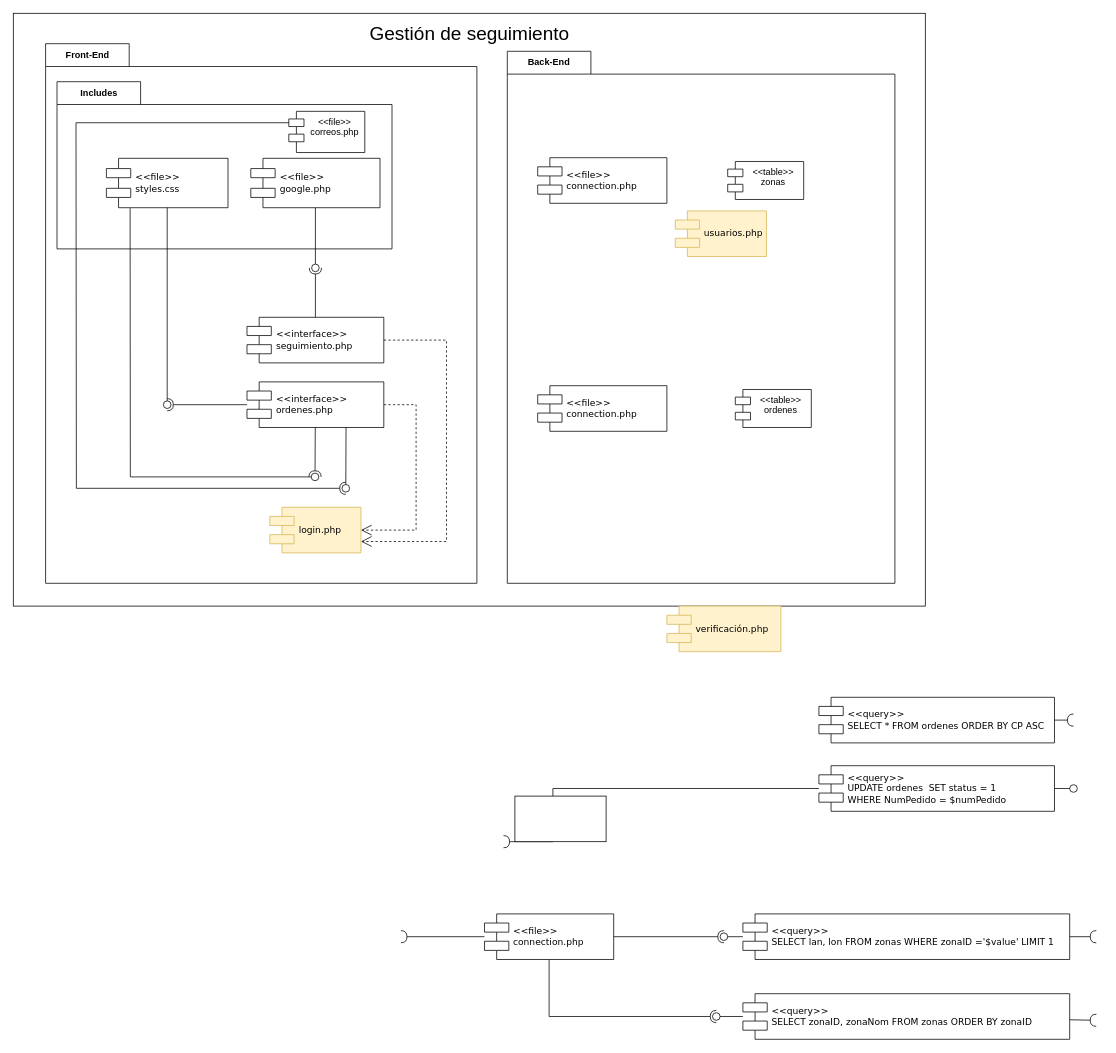
Above: Diagramas/DiagramaComponentes.drawio in JorgeADnro/Torres (draw.io), before the change. Source tidied: cells renumbered, new cells numbered last; positions are measured from the earlier drawing's top-left corner, leaving out a move shared by most shapes. Both pictures are drawn from the tidied source at 76%, with x=0, y=0 at pixel (13, 13).
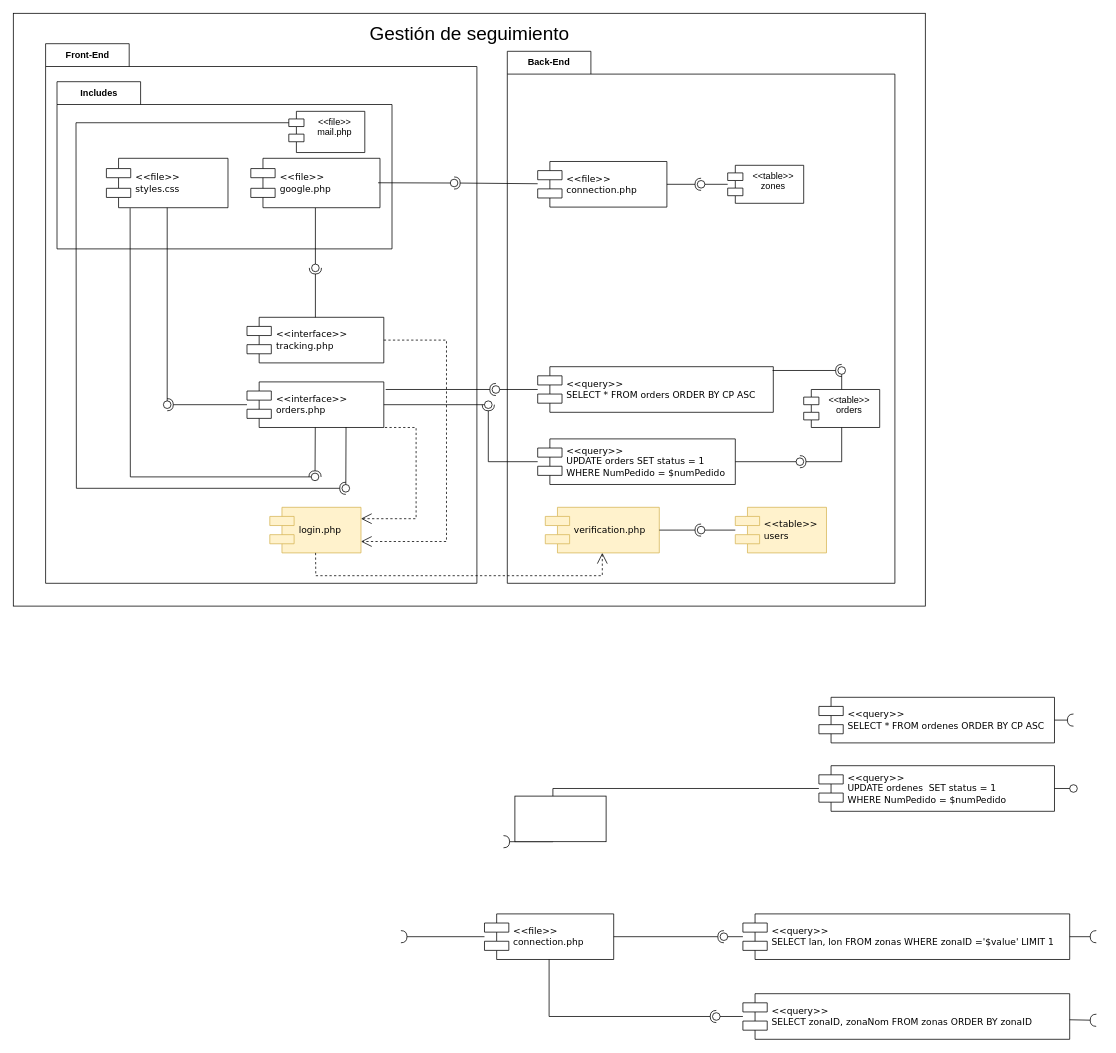
The same diagram, later.

The change refers to these unchanged cells:
```xml
<mxCell id="54" value="Back-End" style="shape=folder;fontStyle=1;tabWidth=110;tabHeight=30;tabPosition=left;html=1;boundedLbl=1;labelInHeader=1;whiteSpace=wrap;" parent="1" vertex="1">
  <mxGeometry x="650" y="50" width="510" height="700" as="geometry" />
</mxCell>
<mxCell id="62" value="login.php" style="shape=component;align=left;spacingLeft=36;rounded=0;shadow=0;comic=0;labelBackgroundColor=none;strokeWidth=1;fontFamily=Verdana;fontSize=12;html=1;fillColor=#fff2cc;strokeColor=#d6b656;" parent="1" vertex="1">
  <mxGeometry x="337.5" y="650" width="120" height="60" as="geometry" />
</mxCell>
```

Diff of the diagram source:
```diff
@@
-    <mxCell id="38" value="&amp;lt;&amp;lt;interface&amp;gt;&amp;gt;&lt;br&gt;ordenes.php" style="shape=component;align=left;spacingLeft=36;rounded=0;shadow=0;comic=0;labelBackgroundColor=none;strokeWidth=1;fontFamily=Verdana;fontSize=12;html=1;" parent="1" vertex="1">
+    <mxCell id="38" value="&amp;lt;&amp;lt;interface&amp;gt;&amp;gt;&lt;br&gt;orders.php" style="shape=component;align=left;spacingLeft=36;rounded=0;shadow=0;comic=0;labelBackgroundColor=none;strokeWidth=1;fontFamily=Verdana;fontSize=12;html=1;" parent="1" vertex="1">
       <mxGeometry x="307.5" y="485" width="180" height="60" as="geometry" />
     </mxCell>
@@
-    <mxCell id="40" value="&amp;lt;&amp;lt;interface&amp;gt;&amp;gt;&lt;br&gt;seguimiento.php" style="shape=component;align=left;spacingLeft=36;rounded=0;shadow=0;comic=0;labelBackgroundColor=none;strokeWidth=1;fontFamily=Verdana;fontSize=12;html=1;" parent="1" vertex="1">
+    <mxCell id="40" value="&amp;lt;&amp;lt;interface&amp;gt;&amp;gt;&lt;br&gt;tracking.php" style="shape=component;align=left;spacingLeft=36;rounded=0;shadow=0;comic=0;labelBackgroundColor=none;strokeWidth=1;fontFamily=Verdana;fontSize=12;html=1;" parent="1" vertex="1">
       <mxGeometry x="307.5" y="400" width="180" height="60" as="geometry" />
     </mxCell>
@@
-    <mxCell id="52" value="&amp;lt;&amp;lt;file&amp;gt;&amp;gt;&lt;br&gt;correos.php" style="shape=module;align=left;spacingLeft=20;align=center;verticalAlign=top;whiteSpace=wrap;html=1;" parent="1" vertex="1">
+    <mxCell id="52" value="&amp;lt;&amp;lt;file&amp;gt;&amp;gt;&lt;br&gt;mail.php" style="shape=module;align=left;spacingLeft=20;align=center;verticalAlign=top;whiteSpace=wrap;html=1;" parent="1" vertex="1">
       <mxGeometry x="362.5" y="129" width="100" height="54.2" as="geometry" />
     </mxCell>
@@
     <mxCell id="56" value="&amp;lt;&amp;lt;file&amp;gt;&amp;gt;&lt;br&gt;connection.php" style="shape=component;align=left;spacingLeft=36;rounded=0;shadow=0;comic=0;labelBackgroundColor=none;strokeWidth=1;fontFamily=Verdana;fontSize=12;html=1;" parent="54" vertex="1">
-      <mxGeometry x="40" y="140" width="170" height="60" as="geometry" />
+      <mxGeometry x="40" y="145" width="170" height="60" as="geometry" />
     </mxCell>
-    <mxCell id="57" value="&amp;lt;&amp;lt;table&amp;gt;&amp;gt;&lt;br&gt;ordenes&lt;br&gt;" style="shape=module;align=left;spacingLeft=20;align=center;verticalAlign=top;whiteSpace=wrap;html=1;" parent="54" vertex="1">
-      <mxGeometry x="300" y="445" width="100" height="50" as="geometry" />
+    <mxCell id="57" value="&amp;lt;&amp;lt;table&amp;gt;&amp;gt;&lt;br&gt;orders" style="shape=module;align=left;spacingLeft=20;align=center;verticalAlign=top;whiteSpace=wrap;html=1;" parent="54" vertex="1">
+      <mxGeometry x="390" y="445" width="100" height="50" as="geometry" />
     </mxCell>
-    <mxCell id="58" value="&amp;lt;&amp;lt;table&amp;gt;&amp;gt;&lt;br&gt;zonas" style="shape=module;align=left;spacingLeft=20;align=center;verticalAlign=top;whiteSpace=wrap;html=1;" parent="54" vertex="1">
-      <mxGeometry x="290" y="145" width="100" height="50" as="geometry" />
+    <mxCell id="58" value="&amp;lt;&amp;lt;table&amp;gt;&amp;gt;&lt;br&gt;zones" style="shape=module;align=left;spacingLeft=20;align=center;verticalAlign=top;whiteSpace=wrap;html=1;" parent="54" vertex="1">
+      <mxGeometry x="290" y="150" width="100" height="50" as="geometry" />
     </mxCell>
-    <mxCell id="59" value="&amp;lt;&amp;lt;file&amp;gt;&amp;gt;&lt;br&gt;connection.php" style="shape=component;align=left;spacingLeft=36;rounded=0;shadow=0;comic=0;labelBackgroundColor=none;strokeWidth=1;fontFamily=Verdana;fontSize=12;html=1;" parent="54" vertex="1">
-      <mxGeometry x="40" y="440" width="170" height="60" as="geometry" />
+    <mxCell id="59" value="&amp;lt;&amp;lt;query&amp;gt;&amp;gt;&lt;br&gt;SELECT * FROM orders ORDER BY CP ASC" style="shape=component;align=left;spacingLeft=36;rounded=0;shadow=0;comic=0;labelBackgroundColor=none;strokeWidth=1;fontFamily=Verdana;fontSize=12;html=1;" parent="54" vertex="1">
+      <mxGeometry x="40" y="415" width="310" height="60" as="geometry" />
     </mxCell>
+    <mxCell id="63" value="verification.php" style="shape=component;align=left;spacingLeft=36;rounded=0;shadow=0;comic=0;labelBackgroundColor=none;strokeWidth=1;fontFamily=Verdana;fontSize=12;html=1;fillColor=#fff2cc;strokeColor=#d6b656;" parent="54" vertex="1">
+      <mxGeometry x="50" y="600" width="150" height="60" as="geometry" />
+    </mxCell>
+    <mxCell id="64" value="&amp;lt;&amp;lt;table&amp;gt;&amp;gt;&lt;br&gt;users" style="shape=component;align=left;spacingLeft=36;rounded=0;shadow=0;comic=0;labelBackgroundColor=none;strokeWidth=1;fontFamily=Verdana;fontSize=12;html=1;fillColor=#fff2cc;strokeColor=#d6b656;" parent="54" vertex="1">
+      <mxGeometry x="300" y="600" width="120" height="60" as="geometry" />
+    </mxCell>
+    <mxCell id="67" style="rounded=0;jettySize=auto;html=1;endArrow=halfCircle;endFill=0;endSize=6;strokeWidth=1;sketch=0;" parent="54" edge="1" source="63" target="69">
+      <mxGeometry relative="1" as="geometry" />
+    </mxCell>
+    <mxCell id="68" style="rounded=0;jettySize=auto;html=1;endArrow=oval;endFill=0;sketch=0;sourcePerimeterSpacing=0;targetPerimeterSpacing=0;endSize=10;" parent="54" edge="1" source="64" target="69">
+      <mxGeometry relative="1" as="geometry" />
+    </mxCell>
+    <mxCell id="69" style="ellipse;whiteSpace=wrap;html=1;align=center;fillColor=none;strokeColor=none;perimeter=centerPerimeter;points=[];outlineConnect=1;" parent="54" vertex="1">
+      <mxGeometry x="250" y="625" width="10" height="10" as="geometry" />
+    </mxCell>
+    <mxCell id="70" style="rounded=0;jettySize=auto;html=1;endArrow=halfCircle;endFill=0;endSize=6;strokeWidth=1;sketch=0;" parent="54" edge="1" source="56" target="72">
+      <mxGeometry relative="1" as="geometry" />
+    </mxCell>
+    <mxCell id="71" style="rounded=0;jettySize=auto;html=1;endArrow=oval;endFill=0;sketch=0;sourcePerimeterSpacing=0;targetPerimeterSpacing=0;endSize=10;" parent="54" edge="1" source="58" target="72">
+      <mxGeometry relative="1" as="geometry" />
+    </mxCell>
+    <mxCell id="72" style="ellipse;whiteSpace=wrap;html=1;align=center;fillColor=none;strokeColor=none;perimeter=centerPerimeter;points=[];outlineConnect=1;" parent="54" vertex="1">
+      <mxGeometry x="250" y="170" width="10" height="10" as="geometry" />
+    </mxCell>
+    <mxCell id="73" value="&amp;lt;&amp;lt;query&amp;gt;&amp;gt;&lt;br&gt;UPDATE orders SET status = 1&lt;br&gt;WHERE NumPedido = $numPedido" style="shape=component;align=left;spacingLeft=36;rounded=0;shadow=0;comic=0;labelBackgroundColor=none;strokeWidth=1;fontFamily=Verdana;fontSize=12;html=1;" parent="54" vertex="1">
+      <mxGeometry x="40" y="510" width="260" height="60" as="geometry" />
+    </mxCell>
+    <mxCell id="74" style="rounded=0;jettySize=auto;html=1;endArrow=halfCircle;endFill=0;endSize=6;strokeWidth=1;sketch=0;" parent="54" edge="1" source="57" target="76">
+      <mxGeometry relative="1" as="geometry">
+        <Array as="points">
+          <mxPoint x="440" y="540" />
+        </Array>
+      </mxGeometry>
+    </mxCell>
+    <mxCell id="75" style="rounded=0;jettySize=auto;html=1;endArrow=oval;endFill=0;sketch=0;sourcePerimeterSpacing=0;targetPerimeterSpacing=0;endSize=10;" parent="54" edge="1" source="73" target="76">
+      <mxGeometry relative="1" as="geometry" />
+    </mxCell>
+    <mxCell id="76" style="ellipse;whiteSpace=wrap;html=1;align=center;fillColor=none;strokeColor=none;perimeter=centerPerimeter;points=[];outlineConnect=1;" parent="54" vertex="1">
+      <mxGeometry x="380" y="535" width="10" height="10" as="geometry" />
+    </mxCell>
+    <mxCell id="77" style="rounded=0;jettySize=auto;html=1;endArrow=halfCircle;endFill=0;endSize=6;strokeWidth=1;sketch=0;exitX=0.997;exitY=0.083;exitDx=0;exitDy=0;exitPerimeter=0;" parent="54" edge="1" source="59" target="79">
+      <mxGeometry relative="1" as="geometry" />
+    </mxCell>
+    <mxCell id="78" style="rounded=0;jettySize=auto;html=1;endArrow=oval;endFill=0;sketch=0;sourcePerimeterSpacing=0;targetPerimeterSpacing=0;endSize=10;" parent="54" edge="1" source="57" target="79">
+      <mxGeometry relative="1" as="geometry" />
+    </mxCell>
+    <mxCell id="79" style="ellipse;whiteSpace=wrap;html=1;align=center;fillColor=none;strokeColor=none;perimeter=centerPerimeter;points=[];outlineConnect=1;" parent="54" vertex="1">
+      <mxGeometry x="435" y="415" width="10" height="10" as="geometry" />
+    </mxCell>
@@
-    <mxCell id="63" value="verificación.php" style="shape=component;align=left;spacingLeft=36;rounded=0;shadow=0;comic=0;labelBackgroundColor=none;strokeWidth=1;fontFamily=Verdana;fontSize=12;html=1;fillColor=#fff2cc;strokeColor=#d6b656;" parent="1" vertex="1">
-      <mxGeometry x="860" y="780" width="150" height="60" as="geometry" />
-    </mxCell>
-    <mxCell id="64" value="usuarios.php" style="shape=component;align=left;spacingLeft=36;rounded=0;shadow=0;comic=0;labelBackgroundColor=none;strokeWidth=1;fontFamily=Verdana;fontSize=12;html=1;fillColor=#fff2cc;strokeColor=#d6b656;" parent="1" vertex="1">
-      <mxGeometry x="871" y="260" width="120" height="60" as="geometry" />
-    </mxCell>
-    <mxCell id="65" value="&lt;br&gt;" style="endArrow=open;endSize=12;dashed=1;html=1;rounded=0;" parent="1" edge="1" source="38" target="62">
+    <mxCell id="65" value="&lt;br&gt;" style="endArrow=open;endSize=12;dashed=1;html=1;rounded=0;entryX=1;entryY=0.25;entryDx=0;entryDy=0;exitX=1.008;exitY=1;exitDx=0;exitDy=0;exitPerimeter=0;" parent="1" edge="1" source="38" target="62">
       <mxGeometry relative="1" as="geometry">
         <Array as="points">
-          <mxPoint x="530" y="515" />
-          <mxPoint x="530" y="680" />
+          <mxPoint x="530" y="545" />
+          <mxPoint x="530" y="665" />
         </Array>
       </mxGeometry>
     </mxCell>
@@
+    <mxCell id="80" style="endArrow=open;endSize=12;dashed=1;html=1;rounded=0;" parent="1" edge="1" source="62" target="63">
+      <mxGeometry relative="1" as="geometry">
+        <Array as="points">
+          <mxPoint x="398" y="740" />
+          <mxPoint x="775" y="740" />
+        </Array>
+      </mxGeometry>
+    </mxCell>
+    <mxCell id="81" style="rounded=0;jettySize=auto;html=1;endArrow=halfCircle;endFill=0;endSize=6;strokeWidth=1;sketch=0;" parent="1" edge="1" target="83">
+      <mxGeometry relative="1" as="geometry">
+        <mxPoint x="490" y="495" as="sourcePoint" />
+      </mxGeometry>
+    </mxCell>
+    <mxCell id="82" style="rounded=0;jettySize=auto;html=1;endArrow=oval;endFill=0;sketch=0;sourcePerimeterSpacing=0;targetPerimeterSpacing=0;endSize=10;" parent="1" edge="1" source="59" target="83">
+      <mxGeometry relative="1" as="geometry" />
+    </mxCell>
+    <mxCell id="83" style="ellipse;whiteSpace=wrap;html=1;align=center;fillColor=none;strokeColor=none;perimeter=centerPerimeter;points=[];outlineConnect=1;" parent="1" vertex="1">
+      <mxGeometry x="630" y="490" width="10" height="10" as="geometry" />
+    </mxCell>
+    <mxCell id="84" style="rounded=0;jettySize=auto;html=1;endArrow=halfCircle;endFill=0;endSize=6;strokeWidth=1;sketch=0;" parent="1" edge="1" source="56" target="86">
+      <mxGeometry relative="1" as="geometry" />
+    </mxCell>
+    <mxCell id="85" style="rounded=0;jettySize=auto;html=1;endArrow=oval;endFill=0;sketch=0;sourcePerimeterSpacing=0;targetPerimeterSpacing=0;endSize=10;" parent="1" edge="1" target="86">
+      <mxGeometry relative="1" as="geometry">
+        <mxPoint x="480" y="223" as="sourcePoint" />
+      </mxGeometry>
+    </mxCell>
+    <mxCell id="86" style="ellipse;whiteSpace=wrap;html=1;align=center;fillColor=none;strokeColor=none;perimeter=centerPerimeter;points=[];outlineConnect=1;" parent="1" vertex="1">
+      <mxGeometry x="575" y="218.3" width="10" height="10" as="geometry" />
+    </mxCell>
+    <mxCell id="87" style="rounded=0;jettySize=auto;html=1;endArrow=halfCircle;endFill=0;endSize=6;strokeWidth=1;sketch=0;" parent="1" edge="1" source="73" target="89">
+      <mxGeometry relative="1" as="geometry">
+        <Array as="points">
+          <mxPoint x="625" y="590" />
+        </Array>
+      </mxGeometry>
+    </mxCell>
+    <mxCell id="88" style="rounded=0;jettySize=auto;html=1;endArrow=oval;endFill=0;sketch=0;sourcePerimeterSpacing=0;targetPerimeterSpacing=0;endSize=10;" parent="1" edge="1" source="38" target="89">
+      <mxGeometry relative="1" as="geometry" />
+    </mxCell>
+    <mxCell id="89" style="ellipse;whiteSpace=wrap;html=1;align=center;fillColor=none;strokeColor=none;perimeter=centerPerimeter;points=[];outlineConnect=1;" parent="1" vertex="1">
+      <mxGeometry x="620" y="510" width="10" height="10" as="geometry" />
+    </mxCell>
```
